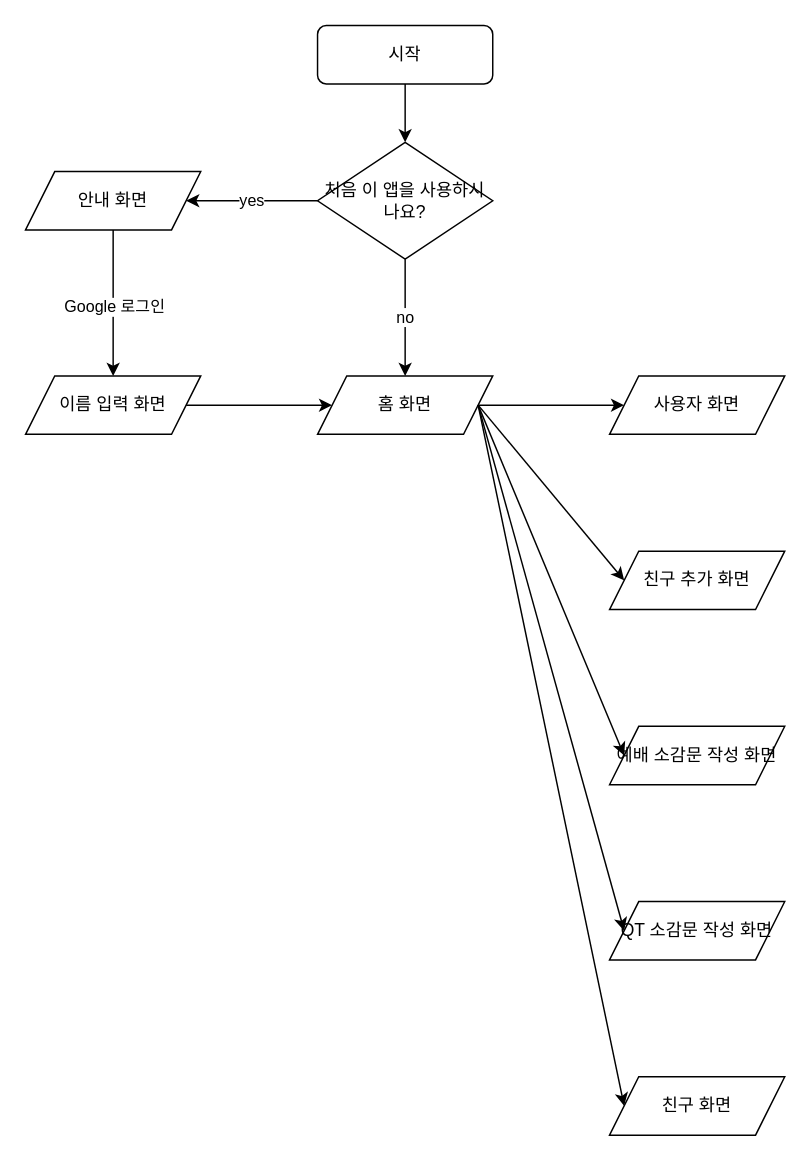
This is VOF UX FLOW CHART v1.0.drawio from sioninmaking/vof-ux-flow-chart, a draw.io file, before an edit. Source tidied: cells renumbered, new cells numbered last; positions are measured from the earlier drawing's top-left corner, leaving out a move shared by most shapes. Both pictures are drawn from the tidied source at 146%, with x=0, y=0 at pixel (25, 25).
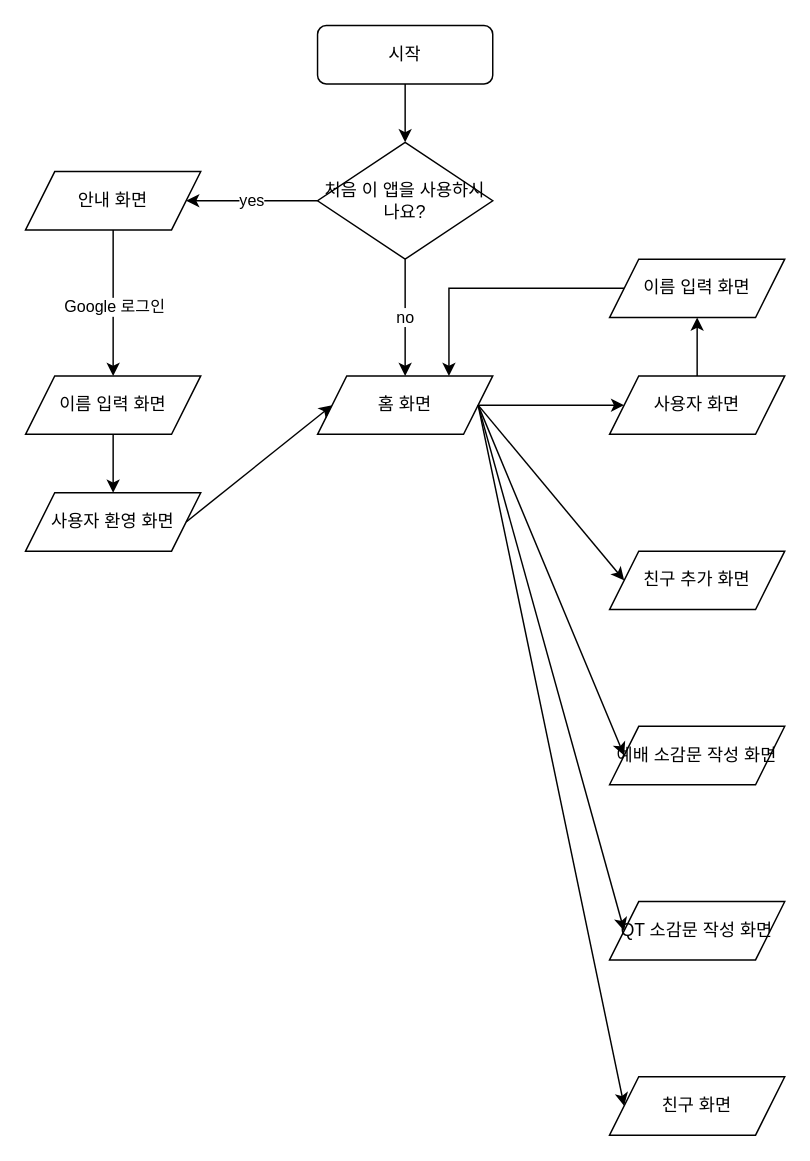
The same page after the edit.

Unchanged cells that the change refers to:
```xml
<mxCell id="9" value="이름 입력 화면" style="shape=parallelogram;perimeter=parallelogramPerimeter;whiteSpace=wrap;html=1;fixedSize=1;" parent="1" vertex="1">
  <mxGeometry y="240" width="120" height="40" as="geometry" />
</mxCell>
<mxCell id="10" value="홈 화면" style="shape=parallelogram;perimeter=parallelogramPerimeter;whiteSpace=wrap;html=1;fixedSize=1;" parent="1" vertex="1">
  <mxGeometry x="200" y="240" width="120" height="40" as="geometry" />
</mxCell>
<mxCell id="13" value="사용자 화면" style="shape=parallelogram;perimeter=parallelogramPerimeter;whiteSpace=wrap;html=1;fixedSize=1;" parent="1" vertex="1">
  <mxGeometry x="400" y="240" width="120" height="40" as="geometry" />
</mxCell>
```

Diff of the diagram source:
```diff
@@
-    <mxCell id="11" style="endArrow=classic;html=1;rounded=0;entryX=0;entryY=0.5;entryDx=0;entryDy=0;exitX=1;exitY=0.5;exitDx=0;exitDy=0;" parent="1" edge="1" source="9" target="10">
+    <mxCell id="11" style="endArrow=classic;html=1;rounded=0;exitX=0.5;exitY=1;exitDx=0;exitDy=0;entryX=0.5;entryY=0;entryDx=0;entryDy=0;" parent="1" edge="1" source="9" target="24">
       <mxGeometry relative="1" as="geometry" />
     </mxCell>
@@
+    <mxCell id="23" style="edgeStyle=orthogonalEdgeStyle;rounded=0;jettySize=auto;html=1;entryX=0.75;entryY=0;entryDx=0;entryDy=0;exitX=0;exitY=0.5;exitDx=0;exitDy=0;" parent="1" edge="1" source="26" target="10">
+      <mxGeometry relative="1" as="geometry">
+        <Array as="points">
+          <mxPoint x="290" y="180" />
+        </Array>
+      </mxGeometry>
+    </mxCell>
@@
+    <mxCell id="24" value="사용자 환영 화면" style="shape=parallelogram;perimeter=parallelogramPerimeter;whiteSpace=wrap;html=1;fixedSize=1;" parent="1" vertex="1">
+      <mxGeometry y="320" width="120" height="40" as="geometry" />
+    </mxCell>
+    <mxCell id="25" style="endArrow=classic;html=1;rounded=0;exitX=1;exitY=0.5;exitDx=0;exitDy=0;entryX=0;entryY=0.5;entryDx=0;entryDy=0;" parent="1" edge="1" source="24" target="10">
+      <mxGeometry relative="1" as="geometry" />
+    </mxCell>
+    <mxCell id="26" value="이름 입력 화면" style="shape=parallelogram;perimeter=parallelogramPerimeter;whiteSpace=wrap;html=1;fixedSize=1;" parent="1" vertex="1">
+      <mxGeometry x="400" y="160" width="120" height="40" as="geometry" />
+    </mxCell>
+    <mxCell id="27" style="endArrow=classic;html=1;rounded=0;entryX=0.5;entryY=1;entryDx=0;entryDy=0;exitX=0.5;exitY=0;exitDx=0;exitDy=0;" parent="1" edge="1" source="13" target="26">
+      <mxGeometry relative="1" as="geometry" />
+    </mxCell>
```
